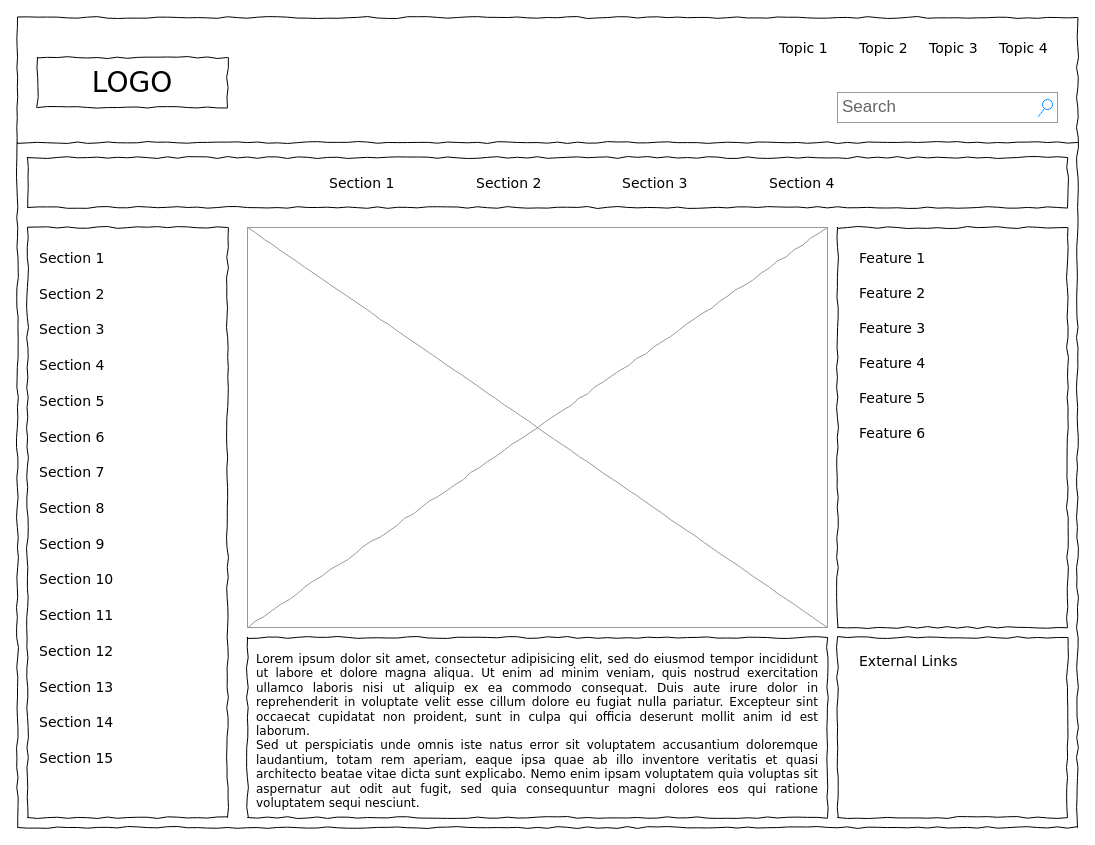
The draw.io diagram page "landing page" (1 of 3) of docs/planning/Scoodle_Wireframe.drawio in jeff-sexton/schoodle, before the edit. Source tidied: cells renumbered, new cells numbered last; positions are measured from the earlier drawing's top-left corner, leaving out a move shared by most shapes. Both pictures are drawn from the tidied source at 100%, with x=0, y=0 at pixel (17, 17).
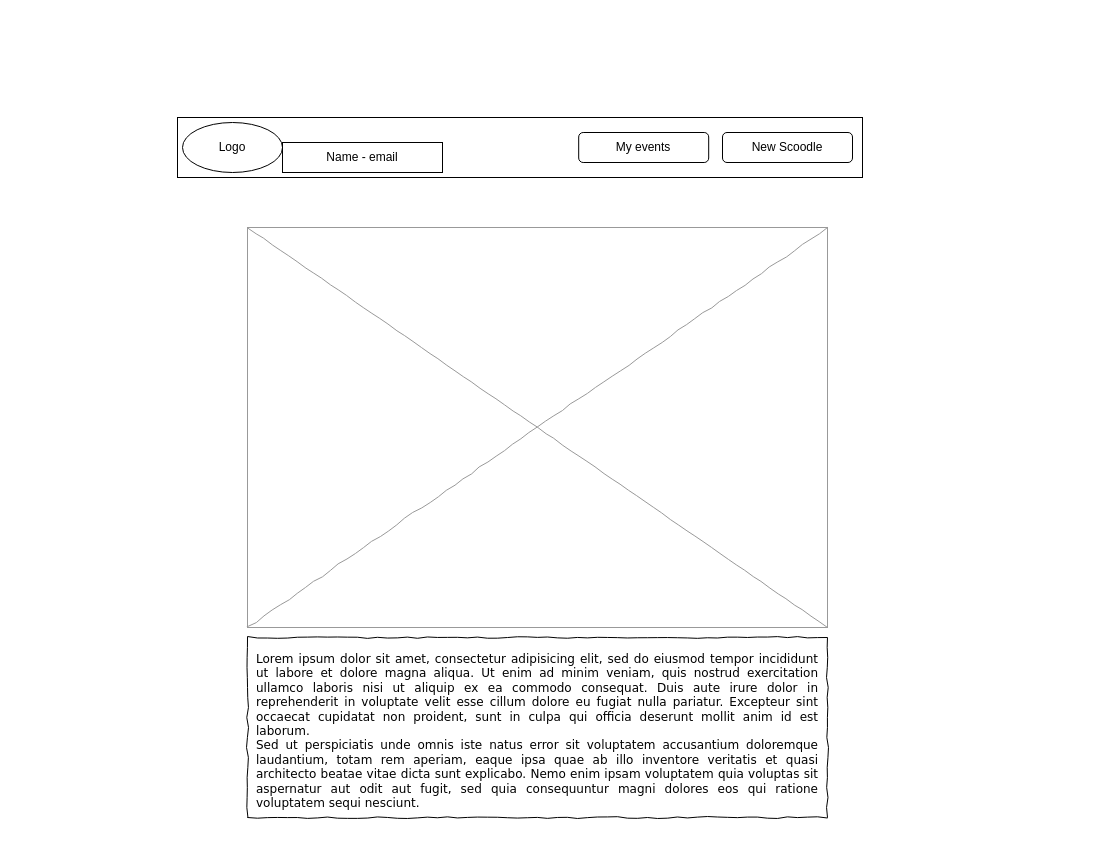
Above is the later version.

The edit, as a diff of the source:
```diff
@@
-    <mxCell id="2" style="whiteSpace=wrap;html=1;rounded=0;shadow=0;labelBackgroundColor=none;strokeColor=#000000;strokeWidth=1;fillColor=none;fontFamily=Verdana;fontSize=12;fontColor=#000000;align=center;comic=1;" parent="1" vertex="1">
-      <mxGeometry width="1060" height="810" as="geometry" />
-    </mxCell>
-    <mxCell id="3" value="LOGO" style="whiteSpace=wrap;html=1;rounded=0;shadow=0;labelBackgroundColor=none;strokeWidth=1;fontFamily=Verdana;fontSize=28;align=center;comic=1;" parent="1" vertex="1">
-      <mxGeometry x="20" y="40" width="190" height="50" as="geometry" />
-    </mxCell>
-    <mxCell id="4" value="Search" style="strokeWidth=1;shadow=0;dashed=0;align=center;html=1;shape=mxgraph.mockup.forms.searchBox;strokeColor=#999999;mainText=;strokeColor2=#008cff;fontColor=#666666;fontSize=17;align=left;spacingLeft=3;rounded=0;labelBackgroundColor=none;comic=1;" parent="1" vertex="1">
-      <mxGeometry x="820" y="75" width="220" height="30" as="geometry" />
-    </mxCell>
-    <mxCell id="5" value="Topic 1" style="text;html=1;align=left;verticalAlign=top;spacingTop=-4;fontSize=14;fontFamily=Verdana;" parent="1" vertex="1">
-      <mxGeometry x="760" y="20" width="60" height="20" as="geometry" />
-    </mxCell>
-    <mxCell id="6" value="Topic 2" style="text;html=1;align=left;verticalAlign=top;spacingTop=-4;fontSize=14;fontFamily=Verdana;" parent="1" vertex="1">
-      <mxGeometry x="840" y="20" width="60" height="20" as="geometry" />
-    </mxCell>
-    <mxCell id="7" value="Topic 3" style="text;html=1;align=left;verticalAlign=top;spacingTop=-4;fontSize=14;fontFamily=Verdana;" parent="1" vertex="1">
-      <mxGeometry x="910" y="20" width="60" height="20" as="geometry" />
-    </mxCell>
-    <mxCell id="8" value="Topic 4" style="text;html=1;align=left;verticalAlign=top;spacingTop=-4;fontSize=14;fontFamily=Verdana;" parent="1" vertex="1">
-      <mxGeometry x="980" y="20" width="60" height="20" as="geometry" />
-    </mxCell>
-    <mxCell id="9" style="whiteSpace=wrap;html=1;rounded=0;shadow=0;labelBackgroundColor=none;strokeWidth=1;fillColor=none;fontFamily=Verdana;fontSize=12;align=center;comic=1;" parent="1" vertex="1">
-      <mxGeometry x="10" y="210" width="200" height="590" as="geometry" />
-    </mxCell>
-    <mxCell id="10" style="line;strokeWidth=1;html=1;rounded=0;shadow=0;labelBackgroundColor=none;fillColor=none;fontFamily=Verdana;fontSize=14;fontColor=#000000;align=center;comic=1;" parent="1" vertex="1">
-      <mxGeometry y="120" width="1060" height="10" as="geometry" />
-    </mxCell>
-    <mxCell id="11" style="whiteSpace=wrap;html=1;rounded=0;shadow=0;labelBackgroundColor=none;strokeWidth=1;fillColor=none;fontFamily=Verdana;fontSize=12;align=center;comic=1;" parent="1" vertex="1">
-      <mxGeometry x="10" y="140" width="1040" height="50" as="geometry" />
-    </mxCell>
-    <mxCell id="12" value="Section 1" style="text;html=1;align=left;verticalAlign=top;spacingTop=-4;fontSize=14;fontFamily=Verdana;" parent="1" vertex="1">
-      <mxGeometry x="310" y="155" width="60" height="20" as="geometry" />
-    </mxCell>
-    <mxCell id="13" value="Section 2" style="text;html=1;align=left;verticalAlign=top;spacingTop=-4;fontSize=14;fontFamily=Verdana;" parent="1" vertex="1">
-      <mxGeometry x="457" y="155" width="60" height="20" as="geometry" />
-    </mxCell>
-    <mxCell id="14" value="Section 3" style="text;html=1;align=left;verticalAlign=top;spacingTop=-4;fontSize=14;fontFamily=Verdana;" parent="1" vertex="1">
-      <mxGeometry x="603" y="155" width="60" height="20" as="geometry" />
-    </mxCell>
-    <mxCell id="15" value="Section 4" style="text;html=1;align=left;verticalAlign=top;spacingTop=-4;fontSize=14;fontFamily=Verdana;" parent="1" vertex="1">
-      <mxGeometry x="750" y="155" width="60" height="20" as="geometry" />
-    </mxCell>
@@
-    <mxCell id="18" style="whiteSpace=wrap;html=1;rounded=0;shadow=0;labelBackgroundColor=none;strokeWidth=1;fillColor=none;fontFamily=Verdana;fontSize=12;align=center;comic=1;" parent="1" vertex="1">
-      <mxGeometry x="820" y="210" width="230" height="400" as="geometry" />
-    </mxCell>
-    <mxCell id="19" style="whiteSpace=wrap;html=1;rounded=0;shadow=0;labelBackgroundColor=none;strokeWidth=1;fillColor=none;fontFamily=Verdana;fontSize=12;align=center;comic=1;" parent="1" vertex="1">
-      <mxGeometry x="820" y="620" width="230" height="180" as="geometry" />
-    </mxCell>
-    <mxCell id="20" value="Section 1" style="text;html=1;align=left;verticalAlign=top;spacingTop=-4;fontSize=14;fontFamily=Verdana;" parent="1" vertex="1">
-      <mxGeometry x="20" y="230" width="170" height="20" as="geometry" />
-    </mxCell>
-    <mxCell id="21" value="Section 2" style="text;html=1;align=left;verticalAlign=top;spacingTop=-4;fontSize=14;fontFamily=Verdana;" parent="1" vertex="1">
-      <mxGeometry x="20" y="266" width="170" height="20" as="geometry" />
-    </mxCell>
-    <mxCell id="22" value="Section 3" style="text;html=1;align=left;verticalAlign=top;spacingTop=-4;fontSize=14;fontFamily=Verdana;" parent="1" vertex="1">
-      <mxGeometry x="20" y="301" width="170" height="20" as="geometry" />
-    </mxCell>
-    <mxCell id="23" value="Section 4" style="text;html=1;align=left;verticalAlign=top;spacingTop=-4;fontSize=14;fontFamily=Verdana;" parent="1" vertex="1">
-      <mxGeometry x="20" y="337" width="170" height="20" as="geometry" />
-    </mxCell>
-    <mxCell id="24" value="Section 7" style="text;html=1;align=left;verticalAlign=top;spacingTop=-4;fontSize=14;fontFamily=Verdana;" parent="1" vertex="1">
-      <mxGeometry x="20" y="444" width="170" height="20" as="geometry" />
-    </mxCell>
-    <mxCell id="25" value="Section 8" style="text;html=1;align=left;verticalAlign=top;spacingTop=-4;fontSize=14;fontFamily=Verdana;" parent="1" vertex="1">
-      <mxGeometry x="20" y="480" width="170" height="20" as="geometry" />
-    </mxCell>
-    <mxCell id="26" value="Section 9" style="text;html=1;align=left;verticalAlign=top;spacingTop=-4;fontSize=14;fontFamily=Verdana;" parent="1" vertex="1">
-      <mxGeometry x="20" y="516" width="170" height="20" as="geometry" />
-    </mxCell>
-    <mxCell id="27" value="Section 10" style="text;html=1;align=left;verticalAlign=top;spacingTop=-4;fontSize=14;fontFamily=Verdana;" parent="1" vertex="1">
-      <mxGeometry x="20" y="551" width="170" height="20" as="geometry" />
-    </mxCell>
-    <mxCell id="28" value="Section 11" style="text;html=1;align=left;verticalAlign=top;spacingTop=-4;fontSize=14;fontFamily=Verdana;" parent="1" vertex="1">
-      <mxGeometry x="20" y="587" width="170" height="20" as="geometry" />
-    </mxCell>
-    <mxCell id="29" value="Section 12" style="text;html=1;align=left;verticalAlign=top;spacingTop=-4;fontSize=14;fontFamily=Verdana;" parent="1" vertex="1">
-      <mxGeometry x="20" y="623" width="170" height="20" as="geometry" />
-    </mxCell>
-    <mxCell id="30" value="Section 13" style="text;html=1;align=left;verticalAlign=top;spacingTop=-4;fontSize=14;fontFamily=Verdana;" parent="1" vertex="1">
-      <mxGeometry x="20" y="659" width="170" height="20" as="geometry" />
-    </mxCell>
-    <mxCell id="31" value="Section 14" style="text;html=1;align=left;verticalAlign=top;spacingTop=-4;fontSize=14;fontFamily=Verdana;" parent="1" vertex="1">
-      <mxGeometry x="20" y="694" width="170" height="20" as="geometry" />
-    </mxCell>
-    <mxCell id="32" value="Section 5" style="text;html=1;align=left;verticalAlign=top;spacingTop=-4;fontSize=14;fontFamily=Verdana;" parent="1" vertex="1">
-      <mxGeometry x="20" y="373" width="170" height="20" as="geometry" />
-    </mxCell>
-    <mxCell id="33" value="Section 6" style="text;html=1;align=left;verticalAlign=top;spacingTop=-4;fontSize=14;fontFamily=Verdana;" parent="1" vertex="1">
-      <mxGeometry x="20" y="409" width="170" height="20" as="geometry" />
-    </mxCell>
-    <mxCell id="34" value="Section 15" style="text;html=1;align=left;verticalAlign=top;spacingTop=-4;fontSize=14;fontFamily=Verdana;" parent="1" vertex="1">
-      <mxGeometry x="20" y="730" width="170" height="20" as="geometry" />
-    </mxCell>
-    <mxCell id="35" value="External Links" style="text;html=1;align=left;verticalAlign=top;spacingTop=-4;fontSize=14;fontFamily=Verdana;" parent="1" vertex="1">
-      <mxGeometry x="840" y="633" width="170" height="20" as="geometry" />
-    </mxCell>
-    <mxCell id="36" value="Feature 1" style="text;html=1;align=left;verticalAlign=top;spacingTop=-4;fontSize=14;fontFamily=Verdana;" parent="1" vertex="1">
-      <mxGeometry x="840" y="230" width="170" height="20" as="geometry" />
-    </mxCell>
-    <mxCell id="37" value="Feature 2" style="text;html=1;align=left;verticalAlign=top;spacingTop=-4;fontSize=14;fontFamily=Verdana;" parent="1" vertex="1">
-      <mxGeometry x="840" y="265" width="170" height="20" as="geometry" />
-    </mxCell>
-    <mxCell id="38" value="Feature 3" style="text;html=1;align=left;verticalAlign=top;spacingTop=-4;fontSize=14;fontFamily=Verdana;" parent="1" vertex="1">
-      <mxGeometry x="840" y="300" width="170" height="20" as="geometry" />
-    </mxCell>
-    <mxCell id="39" value="Feature 4" style="text;html=1;align=left;verticalAlign=top;spacingTop=-4;fontSize=14;fontFamily=Verdana;" parent="1" vertex="1">
-      <mxGeometry x="840" y="335" width="170" height="20" as="geometry" />
-    </mxCell>
-    <mxCell id="40" value="Feature 5" style="text;html=1;align=left;verticalAlign=top;spacingTop=-4;fontSize=14;fontFamily=Verdana;" parent="1" vertex="1">
-      <mxGeometry x="840" y="370" width="170" height="20" as="geometry" />
-    </mxCell>
-    <mxCell id="41" value="Feature 6" style="text;html=1;align=left;verticalAlign=top;spacingTop=-4;fontSize=14;fontFamily=Verdana;" parent="1" vertex="1">
-      <mxGeometry x="840" y="405" width="170" height="20" as="geometry" />
-    </mxCell>
+    <mxCell id="42" style="rounded=0;whiteSpace=wrap;html=1;" parent="1" vertex="1">
+      <mxGeometry x="160" y="100" width="685" height="60" as="geometry" />
+    </mxCell>
+    <mxCell id="43" value="New Scoodle" style="rounded=1;whiteSpace=wrap;html=1;" parent="1" vertex="1">
+      <mxGeometry x="705" y="115" width="130" height="30" as="geometry" />
+    </mxCell>
+    <mxCell id="44" value="Logo" style="ellipse;whiteSpace=wrap;html=1;" parent="1" vertex="1">
+      <mxGeometry x="165" y="105" width="100" height="50" as="geometry" />
+    </mxCell>
+    <mxCell id="45" value="My events" style="rounded=1;whiteSpace=wrap;html=1;" parent="1" vertex="1">
+      <mxGeometry x="561.2" y="115" width="130" height="30" as="geometry" />
+    </mxCell>
+    <mxCell id="46" value="Name - email" style="rounded=0;whiteSpace=wrap;html=1;" parent="1" vertex="1">
+      <mxGeometry x="265" y="125" width="160" height="30" as="geometry" />
+    </mxCell>
```
